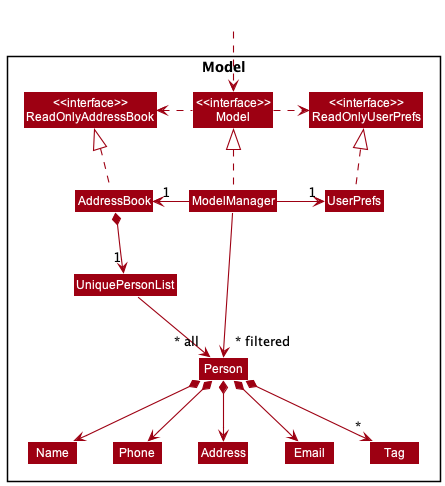
Above: docs/images/ModelClassDiagram.png in nus-cs2103-AY2223S2/tp (PlantUML), before the change.
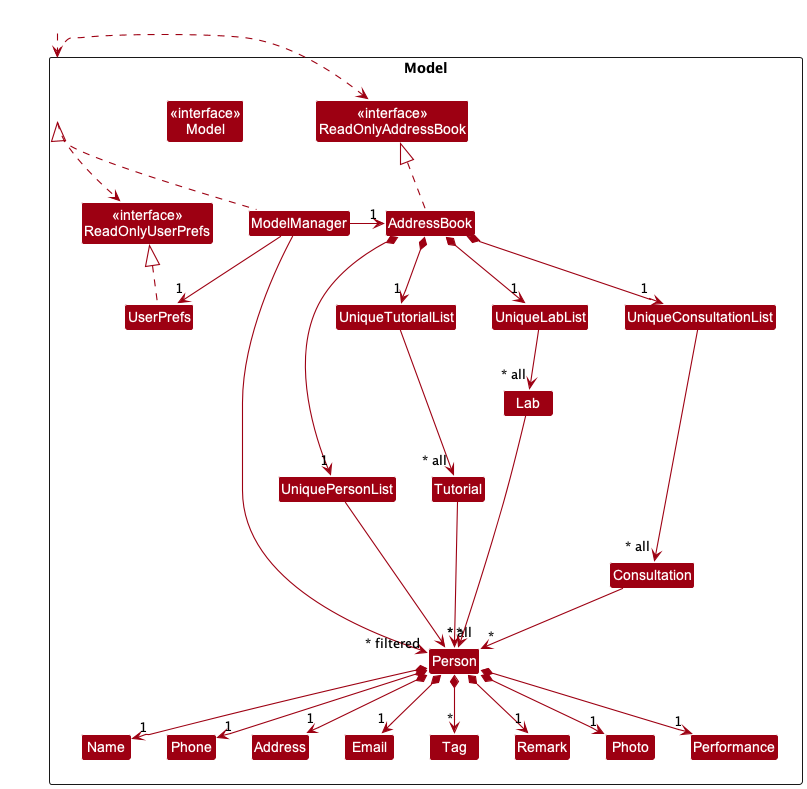
After the commit.

The edit, as a diff of the source:
```diff
@@ -8,6 +8,7 @@
 Class "<<interface>>\nReadOnlyAddressBook" as ReadOnlyAddressBook
 Class "<<interface>>\nReadOnlyUserPrefs" as ReadOnlyUserPrefs
 Class "<<interface>>\nModel" as Model
+
 Class AddressBook
 Class ModelManager
 Class UserPrefs
@@ -19,7 +20,18 @@
 Class Name
 Class Phone
 Class Tag
+Class Remark
+Class Photo
+Class Performance
 
+Class UniqueTutorialList
+Class Tutorial
+
+Class UniqueLabList
+Class Lab
+
+Class UniqueConsultationList
+Class Consultation
 }
 
 Class HiddenOutside #FFFFFF
@@ -31,20 +43,36 @@
 Model .right.> ReadOnlyUserPrefs
 Model .left.> ReadOnlyAddressBook
 ModelManager -left-> "1" AddressBook
-ModelManager -right-> "1" UserPrefs
+ModelManager --> "1" UserPrefs
 UserPrefs .up.|> ReadOnlyUserPrefs
 
 AddressBook *--> "1" UniquePersonList
+
 UniquePersonList --> "~* all" Person
-Person *--> Name
-Person *--> Phone
-Person *--> Email
-Person *--> Address
+Person *--> "1" Name
+Person *--> "1" Phone
+Person *--> "1" Email
+Person *--> "1" Address
+Person *--> "1" Performance
+Person *--> "1" Remark
+Person *--> "1" Photo
 Person *--> "*" Tag
 
 Name -[hidden]right-> Phone
 Phone -[hidden]right-> Address
 Address -[hidden]right-> Email
 
-ModelManager -->"~* filtered" Person
+AddressBook *--> "1" UniqueTutorialList
+AddressBook *--> "1" UniqueLabList
+AddressBook *--> "1" UniqueConsultationList
+
+UniqueConsultationList --> "~* all" Consultation
+UniqueTutorialList --> "~* all" Tutorial
+UniqueLabList --> "~* all" Lab
+
+Consultation --> "*" Person
+Tutorial --> "*" Person
+Lab --> "*" Person
+
+ModelManager ------>"~* filtered" Person
 @enduml
```
